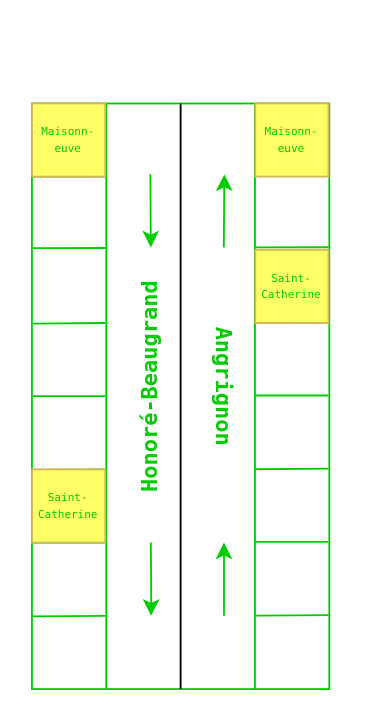
khalilv/khalilv.github.io keeps this draw.io diagram as assets/template.drawio. Above is the earlier version. Source tidied: cells renumbered, new cells numbered last; positions are measured from the earlier drawing's top-left corner, leaving out a move shared by most shapes. Both pictures are drawn from the tidied source at 183%, with x=0, y=0 at pixel (-113, 102).
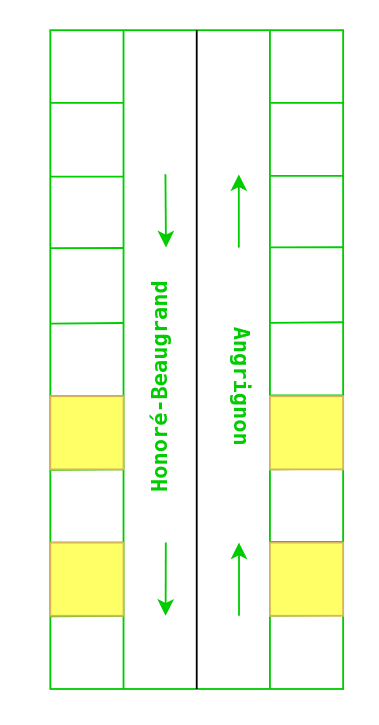
Above is the later version.

What changed in the source:
```diff
@@
     <mxCell id="2" style="rounded=1;whiteSpace=wrap;html=1;rotation=-90;strokeColor=#00CC00;arcSize=0;" parent="1" vertex="1">
-      <mxGeometry x="0.2" y="78.8" width="320" height="162.5" as="geometry" />
+      <mxGeometry x="-11" y="60" width="360" height="160" as="geometry" />
     </mxCell>
     <mxCell id="3" style="endArrow=none;html=1;rounded=0;strokeColor=#00CC00;" parent="1" edge="1">
       <mxGeometry relative="1" as="geometry">
-        <mxPoint x="119" y="40" as="sourcePoint" />
-        <mxPoint x="79" y="40" as="targetPoint" />
+        <mxPoint x="129" y="40" as="sourcePoint" />
+        <mxPoint x="89" y="40" as="targetPoint" />
       </mxGeometry>
     </mxCell>
     <mxCell id="4" style="endArrow=none;html=1;rounded=0;strokeColor=#00CC00;" parent="1" edge="1">
       <mxGeometry relative="1" as="geometry">
-        <mxPoint x="119" y="79" as="sourcePoint" />
-        <mxPoint x="79.2" y="79.1" as="targetPoint" />
+        <mxPoint x="129" y="79" as="sourcePoint" />
+        <mxPoint x="89.2" y="79.1" as="targetPoint" />
       </mxGeometry>
     </mxCell>
     <mxCell id="5" style="endArrow=none;html=1;rounded=0;strokeColor=#00CC00;" parent="1" edge="1">
       <mxGeometry relative="1" as="geometry">
-        <mxPoint x="119" y="120" as="sourcePoint" />
-        <mxPoint x="79.2" y="120.3" as="targetPoint" />
+        <mxPoint x="129" y="120" as="sourcePoint" />
+        <mxPoint x="89.2" y="120.3" as="targetPoint" />
       </mxGeometry>
     </mxCell>
     <mxCell id="6" style="endArrow=none;html=1;rounded=0;strokeColor=#00CC00;" parent="1" edge="1">
       <mxGeometry relative="1" as="geometry">
-        <mxPoint x="119" y="160" as="sourcePoint" />
-        <mxPoint x="79.2" y="160" as="targetPoint" />
+        <mxPoint x="129" y="160" as="sourcePoint" />
+        <mxPoint x="89.2" y="160" as="targetPoint" />
       </mxGeometry>
     </mxCell>
     <mxCell id="7" style="endArrow=none;html=1;rounded=0;strokeColor=#00CC00;" parent="1" edge="1">
       <mxGeometry relative="1" as="geometry">
-        <mxPoint x="119" y="200" as="sourcePoint" />
-        <mxPoint x="79.2" y="200.3" as="targetPoint" />
+        <mxPoint x="129" y="200" as="sourcePoint" />
+        <mxPoint x="89.2" y="200.3" as="targetPoint" />
       </mxGeometry>
     </mxCell>
     <mxCell id="8" style="endArrow=none;html=1;rounded=0;strokeColor=#00CC00;" parent="1" edge="1">
       <mxGeometry relative="1" as="geometry">
-        <mxPoint x="119" y="280" as="sourcePoint" />
-        <mxPoint x="79.2" y="280.3" as="targetPoint" />
+        <mxPoint x="128.8" y="280" as="sourcePoint" />
+        <mxPoint x="89" y="280.3" as="targetPoint" />
       </mxGeometry>
     </mxCell>
@@
-    <mxCell id="12" style="endArrow=none;html=1;rounded=0;entryX=0.25;entryY=0;entryDx=0;entryDy=0;strokeColor=#00CC00;" parent="1" edge="1" target="2">
+    <mxCell id="12" style="endArrow=none;html=1;rounded=0;strokeColor=#00CC00;" parent="1" edge="1">
       <mxGeometry relative="1" as="geometry">
-        <mxPoint x="119" y="240" as="sourcePoint" />
+        <mxPoint x="129" y="240" as="sourcePoint" />
+        <mxPoint x="89" y="240" as="targetPoint" />
       </mxGeometry>
     </mxCell>
     <mxCell id="13" style="endArrow=none;html=1;rounded=0;strokeColor=#00CC00;" parent="1" edge="1">
       <mxGeometry relative="1" as="geometry">
-        <mxPoint x="241" y="39.6" as="sourcePoint" />
-        <mxPoint x="201" y="39.6" as="targetPoint" />
+        <mxPoint x="249.2" y="39.6" as="sourcePoint" />
+        <mxPoint x="209.2" y="39.6" as="targetPoint" />
       </mxGeometry>
     </mxCell>
     <mxCell id="14" style="endArrow=none;html=1;rounded=0;strokeColor=#00CC00;" parent="1" edge="1">
       <mxGeometry relative="1" as="geometry">
-        <mxPoint x="241" y="78.6" as="sourcePoint" />
-        <mxPoint x="201" y="78.7" as="targetPoint" />
+        <mxPoint x="249.2" y="78.6" as="sourcePoint" />
+        <mxPoint x="209.2" y="78.7" as="targetPoint" />
       </mxGeometry>
     </mxCell>
     <mxCell id="15" style="endArrow=none;html=1;rounded=0;strokeColor=#00CC00;" parent="1" edge="1">
       <mxGeometry relative="1" as="geometry">
-        <mxPoint x="241" y="119.6" as="sourcePoint" />
-        <mxPoint x="201" y="119.9" as="targetPoint" />
+        <mxPoint x="249.2" y="119.6" as="sourcePoint" />
+        <mxPoint x="209.2" y="119.9" as="targetPoint" />
       </mxGeometry>
     </mxCell>
     <mxCell id="16" style="endArrow=none;html=1;rounded=0;strokeColor=#00CC00;" parent="1" edge="1">
       <mxGeometry relative="1" as="geometry">
-        <mxPoint x="241" y="159.6" as="sourcePoint" />
-        <mxPoint x="201" y="159.6" as="targetPoint" />
+        <mxPoint x="249.2" y="159.6" as="sourcePoint" />
+        <mxPoint x="209.2" y="159.6" as="targetPoint" />
       </mxGeometry>
     </mxCell>
     <mxCell id="17" style="endArrow=none;html=1;rounded=0;strokeColor=#00CC00;" parent="1" edge="1">
       <mxGeometry relative="1" as="geometry">
-        <mxPoint x="241" y="199.6" as="sourcePoint" />
-        <mxPoint x="201" y="199.9" as="targetPoint" />
+        <mxPoint x="249.2" y="199.6" as="sourcePoint" />
+        <mxPoint x="209.2" y="199.9" as="targetPoint" />
       </mxGeometry>
     </mxCell>
     <mxCell id="18" style="endArrow=none;html=1;rounded=0;strokeColor=#00CC00;" parent="1" edge="1">
       <mxGeometry relative="1" as="geometry">
-        <mxPoint x="241" y="279.6" as="sourcePoint" />
-        <mxPoint x="201" y="279.9" as="targetPoint" />
+        <mxPoint x="249.2" y="279.6" as="sourcePoint" />
+        <mxPoint x="209.2" y="279.9" as="targetPoint" />
       </mxGeometry>
     </mxCell>
     <mxCell id="19" style="endArrow=none;html=1;rounded=0;entryX=0.25;entryY=0;entryDx=0;entryDy=0;strokeColor=#00CC00;" parent="1" edge="1">
       <mxGeometry relative="1" as="geometry">
-        <mxPoint x="241" y="239.6" as="sourcePoint" />
-        <mxPoint x="201" y="239.6" as="targetPoint" />
+        <mxPoint x="249.2" y="239.6" as="sourcePoint" />
+        <mxPoint x="209.2" y="239.6" as="targetPoint" />
       </mxGeometry>
     </mxCell>
     <mxCell id="20" value="Angrignon" style="text;html=1;strokeColor=none;fillColor=none;align=center;verticalAlign=middle;whiteSpace=wrap;rounded=0;rotation=90;fontColor=#00CC00;fontStyle=1;fontFamily=Lucida Console;" parent="1" vertex="1">
-      <mxGeometry x="139" y="140" width="90" height="30" as="geometry" />
+      <mxGeometry x="149" y="140" width="90" height="30" as="geometry" />
     </mxCell>
     <mxCell id="21" value="Honor&lt;b style=&quot;text-align: left; background-color: rgb(255, 255, 255);&quot;&gt;&lt;font style=&quot;font-size: 12px;&quot;&gt;é-Beaugrand&lt;/font&gt;&lt;/b&gt;" style="text;html=1;strokeColor=none;fillColor=none;align=center;verticalAlign=middle;whiteSpace=wrap;rounded=0;rotation=-90;fontColor=#00CC00;fontStyle=1;fontFamily=Lucida Console;" parent="1" vertex="1">
-      <mxGeometry x="64" y="140" width="160" height="30" as="geometry" />
+      <mxGeometry x="69" y="140" width="160" height="30" as="geometry" />
     </mxCell>
     <mxCell id="22" style="endArrow=classic;html=1;rounded=0;fontFamily=Lucida Console;fontSize=12;fontColor=#00CC00;strokeColor=#00CC00;fontStyle=1;" parent="1" edge="1">
       <mxGeometry relative="1" as="geometry">
-        <mxPoint x="183.8" y="78.8" as="sourcePoint" />
-        <mxPoint x="183.8" y="38.8" as="targetPoint" />
-        <Array as="points">
-          <mxPoint x="184.1" y="38.8" />
-        </Array>
+        <mxPoint x="192" y="78.8" as="sourcePoint" />
+        <mxPoint x="192" y="38.8" as="targetPoint" />
       </mxGeometry>
     </mxCell>
     <mxCell id="23" style="endArrow=classic;html=1;rounded=0;fontFamily=Lucida Console;fontSize=12;fontColor=#00CC00;strokeColor=#00CC00;fontStyle=1;" parent="1" edge="1">
       <mxGeometry relative="1" as="geometry">
-        <mxPoint x="183.9" y="280" as="sourcePoint" />
-        <mxPoint x="183.9" y="240" as="targetPoint" />
+        <mxPoint x="192.1" y="280" as="sourcePoint" />
+        <mxPoint x="192.1" y="240" as="targetPoint" />
       </mxGeometry>
     </mxCell>
     <mxCell id="24" style="endArrow=classic;html=1;rounded=0;fontFamily=Lucida Console;fontSize=12;fontColor=#00CC00;strokeColor=#00CC00;fontStyle=1;" parent="1" edge="1">
       <mxGeometry relative="1" as="geometry">
-        <mxPoint x="143.9" y="240" as="sourcePoint" />
-        <mxPoint x="144.1" y="280" as="targetPoint" />
-        <Array as="points">
-          <mxPoint x="144.1" y="260" />
-        </Array>
+        <mxPoint x="152.1" y="240" as="sourcePoint" />
+        <mxPoint x="152" y="280" as="targetPoint" />
       </mxGeometry>
     </mxCell>
     <mxCell id="25" style="endArrow=classic;html=1;rounded=0;fontFamily=Lucida Console;fontSize=12;fontColor=#00CC00;strokeColor=#00CC00;fontStyle=1;" parent="1" edge="1">
       <mxGeometry relative="1" as="geometry">
-        <mxPoint x="143.7" y="38.7" as="sourcePoint" />
-        <mxPoint x="143.9" y="78.7" as="targetPoint" />
+        <mxPoint x="151.9" y="38.7" as="sourcePoint" />
+        <mxPoint x="152.2" y="78.7" as="targetPoint" />
       </mxGeometry>
     </mxCell>
-    <mxCell id="26" value="&lt;font style=&quot;font-size: 6px;&quot;&gt;Saint-Catherine&lt;/font&gt;" style="text;html=1;strokeColor=#d6b656;fillColor=#FFFF66;align=center;verticalAlign=middle;whiteSpace=wrap;rounded=1;fontFamily=Lucida Console;fontSize=7;fontColor=#00CC00;glass=0;sketch=0;arcSize=0;" parent="1" vertex="1">
-      <mxGeometry x="79" y="200" width="40" height="40" as="geometry" />
+    <mxCell id="26" style="text;html=1;strokeColor=#d6b656;fillColor=#FFFF66;align=center;verticalAlign=middle;whiteSpace=wrap;rounded=1;fontFamily=Lucida Console;fontSize=7;fontColor=#00CC00;glass=0;sketch=0;arcSize=0;" parent="1" vertex="1">
+      <mxGeometry x="89" y="240" width="40" height="40" as="geometry" />
     </mxCell>
-    <mxCell id="27" value="&lt;span style=&quot;font-size: 6px;&quot;&gt;Maisonn-euve&lt;/span&gt;" style="text;html=1;strokeColor=#d6b656;fillColor=#FFFF66;align=center;verticalAlign=middle;whiteSpace=wrap;rounded=1;fontFamily=Lucida Console;fontSize=7;fontColor=#00CC00;glass=0;sketch=0;arcSize=0;" parent="1" vertex="1">
-      <mxGeometry x="201" width="40" height="40" as="geometry" />
+    <mxCell id="27" style="text;html=1;strokeColor=#d6b656;fillColor=#FFFF66;align=center;verticalAlign=middle;whiteSpace=wrap;rounded=1;fontFamily=Lucida Console;fontSize=7;fontColor=#00CC00;glass=0;sketch=0;arcSize=0;" parent="1" vertex="1">
+      <mxGeometry x="209" y="240" width="40" height="40" as="geometry" />
     </mxCell>
-    <mxCell id="28" value="&lt;font style=&quot;font-size: 6px;&quot;&gt;Saint-Catherine&lt;/font&gt;" style="text;html=1;strokeColor=#d6b656;fillColor=#FFFF66;align=center;verticalAlign=middle;whiteSpace=wrap;rounded=1;fontFamily=Lucida Console;fontSize=7;fontColor=#00CC00;glass=0;sketch=0;arcSize=0;" parent="1" vertex="1">
-      <mxGeometry x="201" y="80" width="40" height="40" as="geometry" />
+    <mxCell id="28" style="text;html=1;strokeColor=#d6b656;fillColor=#FFFF66;align=center;verticalAlign=middle;whiteSpace=wrap;rounded=1;fontFamily=Lucida Console;fontSize=7;fontColor=#00CC00;glass=0;sketch=0;arcSize=0;" parent="1" vertex="1">
+      <mxGeometry x="209" y="160" width="40" height="40" as="geometry" />
     </mxCell>
-    <mxCell id="29" value="&lt;span style=&quot;font-size: 6px;&quot;&gt;Maisonn-euve&lt;/span&gt;" style="text;html=1;strokeColor=#d6b656;fillColor=#FFFF66;align=center;verticalAlign=middle;whiteSpace=wrap;rounded=1;fontFamily=Lucida Console;fontSize=7;fontColor=#00CC00;glass=0;sketch=0;arcSize=0;" parent="1" vertex="1">
-      <mxGeometry x="79" width="40" height="40" as="geometry" />
+    <mxCell id="29" style="text;html=1;strokeColor=#d6b656;fillColor=#FFFF66;align=center;verticalAlign=middle;whiteSpace=wrap;rounded=1;fontFamily=Lucida Console;fontSize=7;fontColor=#00CC00;glass=0;sketch=0;arcSize=0;" parent="1" vertex="1">
+      <mxGeometry x="89" y="160" width="40" height="40" as="geometry" />
     </mxCell>
+    <mxCell id="30" style="endArrow=none;html=1;rounded=0;strokeColor=#00CC00;" parent="1" edge="1">
+      <mxGeometry relative="1" as="geometry">
+        <mxPoint x="129" y="-0.3" as="sourcePoint" />
+        <mxPoint x="89" y="-0.3" as="targetPoint" />
+      </mxGeometry>
+    </mxCell>
+    <mxCell id="31" style="endArrow=none;html=1;rounded=0;strokeColor=#00CC00;" parent="1" edge="1">
+      <mxGeometry relative="1" as="geometry">
+        <mxPoint x="249" y="-0.3" as="sourcePoint" />
+        <mxPoint x="209.2" y="-0.3" as="targetPoint" />
+      </mxGeometry>
+    </mxCell>
```
